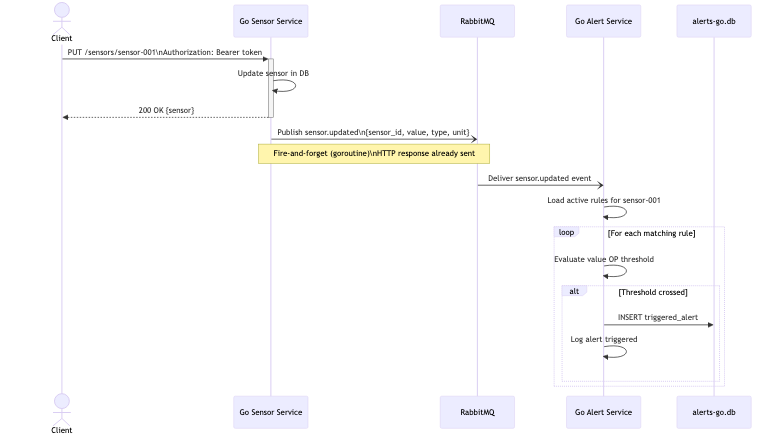
pe-version/A4 keeps this Mermaid diagram as diagrams/sequence-async-flow.png. Above is the earlier version. Its source is kept beside it as diagrams/sequence-async-flow.mmd. Source of this version:
```mermaid
sequenceDiagram
    actor Client
    participant GoSvc as Go Sensor Service
    participant RMQ as RabbitMQ
    participant GoAlert as Go Alert Service
    participant AlertDB as alerts-go.db

    Client->>+GoSvc: PUT /sensors/sensor-001\nAuthorization: Bearer token
    GoSvc->>GoSvc: Update sensor in DB
    GoSvc-->>-Client: 200 OK {sensor}

    GoSvc-)RMQ: Publish sensor.updated\n{sensor_id, value, type, unit}

    Note over GoSvc,RMQ: Fire-and-forget (goroutine)\nHTTP response already sent

    RMQ-)GoAlert: Deliver sensor.updated event

    GoAlert->>GoAlert: Load active rules for sensor-001
    loop For each matching rule
        GoAlert->>GoAlert: Evaluate value OP threshold
        alt Threshold crossed
            GoAlert->>AlertDB: INSERT triggered_alert
            GoAlert->>GoAlert: Log alert triggered
        end
    end
```
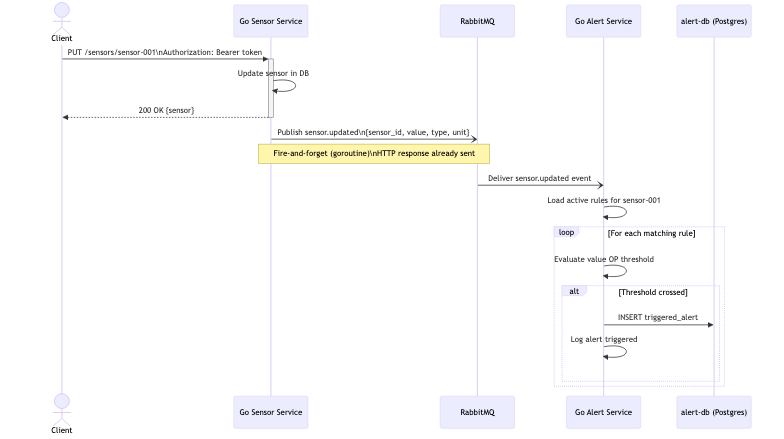
Later version of the same file.

Commit message:
Update Mermaid sources to reflect Go=Postgres, Python=SQLite

What changed in the source:
```diff
@@ -3,7 +3,7 @@
     participant GoSvc as Go Sensor Service
     participant RMQ as RabbitMQ
     participant GoAlert as Go Alert Service
-    participant AlertDB as alerts-go.db
+    participant AlertDB as alert-db (Postgres)
 
     Client->>+GoSvc: PUT /sensors/sensor-001\nAuthorization: Bearer token
     GoSvc->>GoSvc: Update sensor in DB
```
